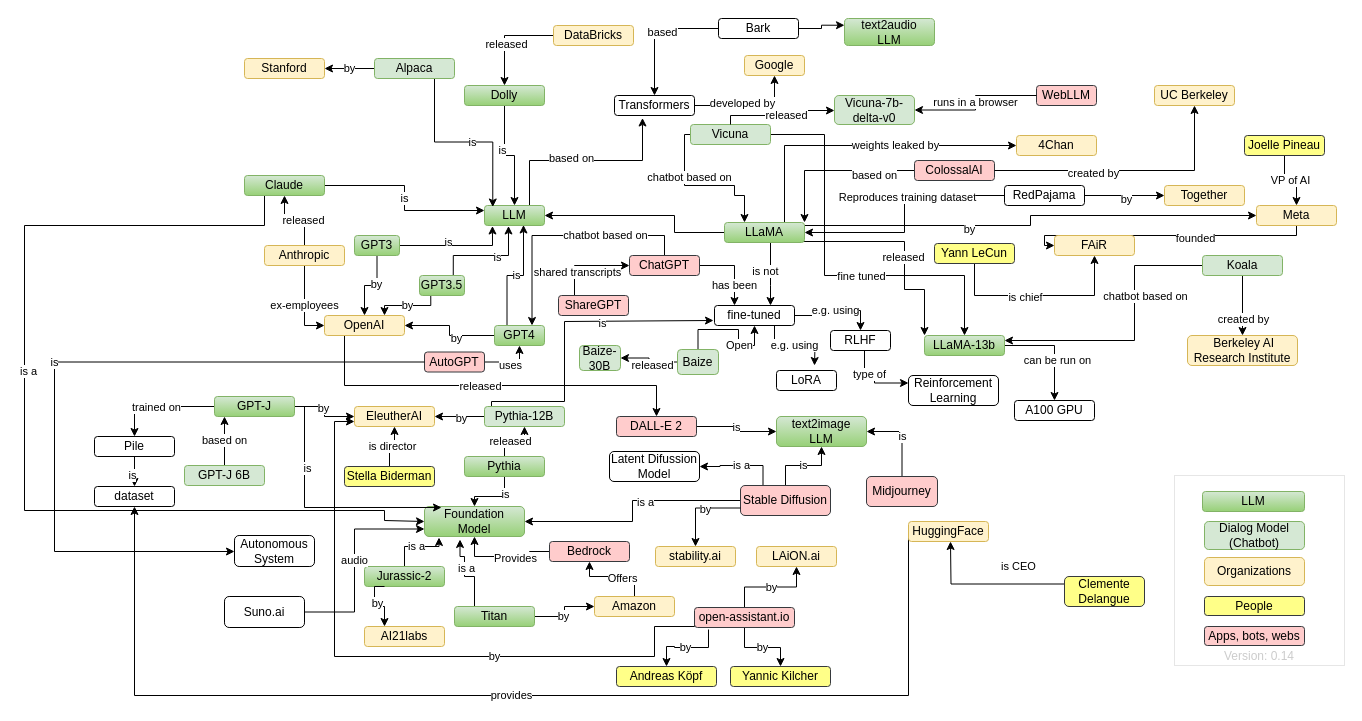
Above: generativeAI.drawio in juananpe/generativeAI (draw.io), before the change. Source tidied: cells renumbered, new cells numbered last; positions are measured from the earlier drawing's top-left corner, leaving out a move shared by most shapes. Both pictures are drawn from the tidied source at 100%, with x=0, y=0 at pixel (24, 18).
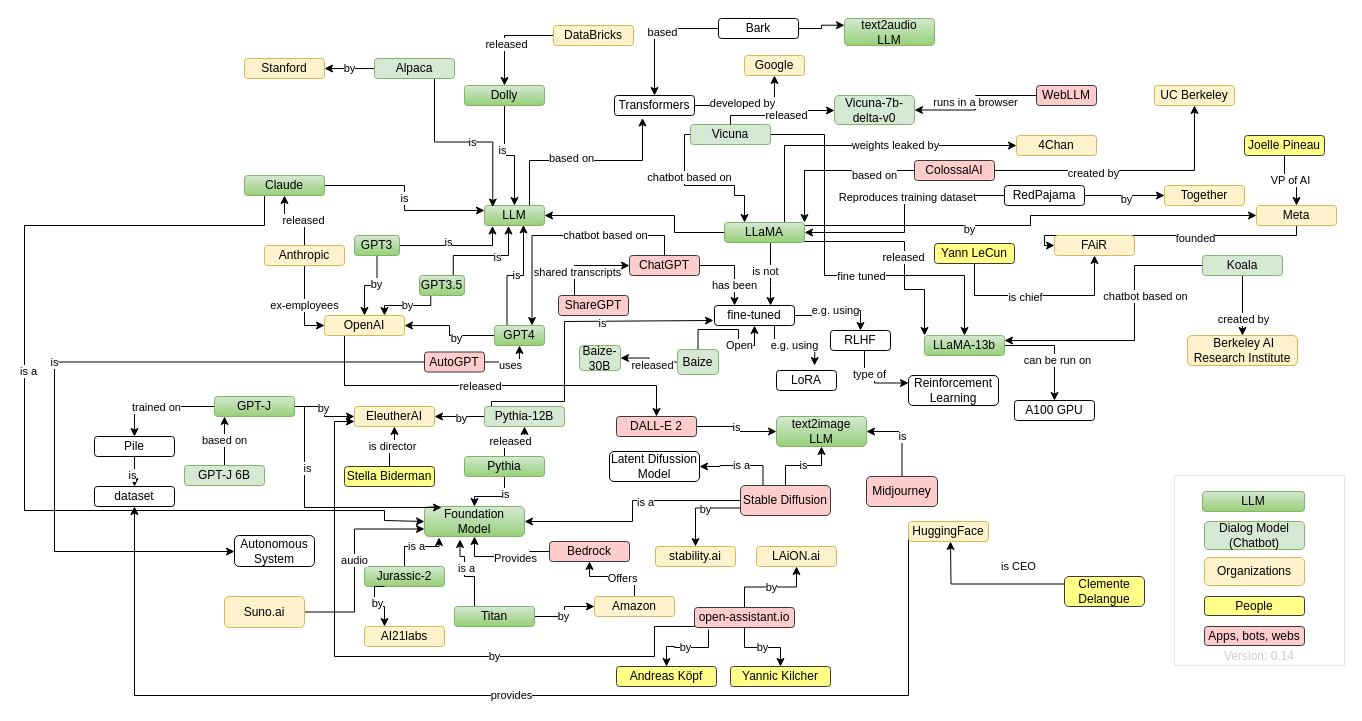
The same diagram, later.

Diff of the diagram source:
```diff
@@
-    <mxCell id="201" value="Suno.ai" style="rounded=1;whiteSpace=wrap;html=1;" parent="1" vertex="1">
+    <mxCell id="201" value="Suno.ai" style="rounded=1;whiteSpace=wrap;html=1;fillColor=#fff2cc;strokeColor=#d6b656;" parent="1" vertex="1">
       <mxGeometry x="200" y="578" width="80" height="31" as="geometry" />
     </mxCell>
```
